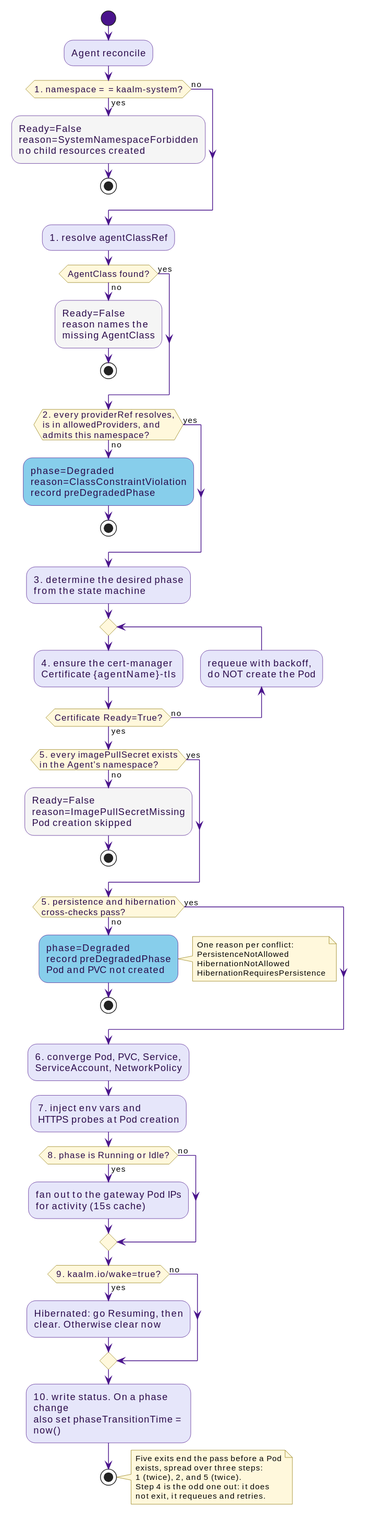
win07xp/kaalm keeps this PlantUML diagram as docs/src/diagrams/agent-reconcile-pass.svg. Above is the earlier version.
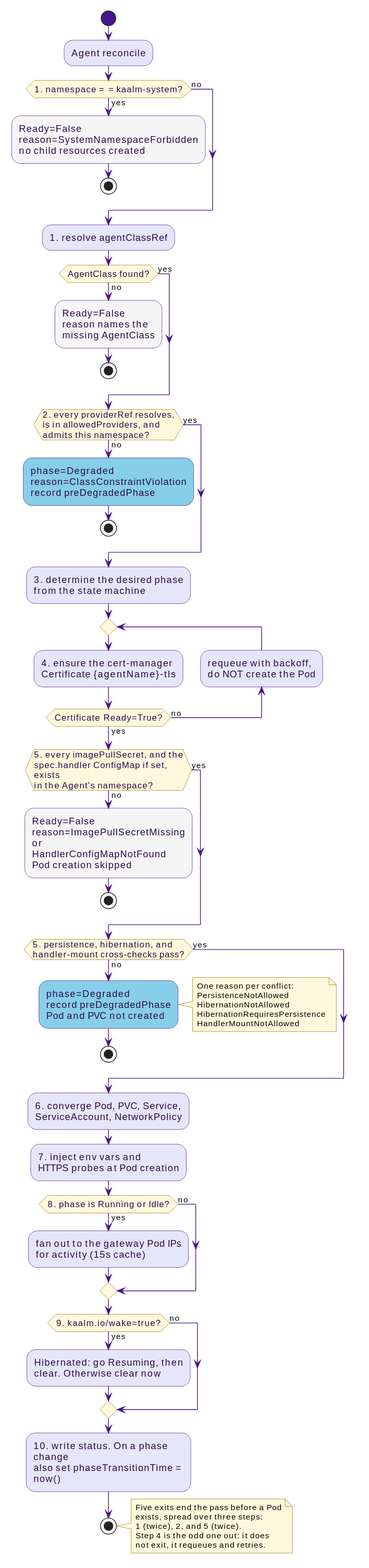
Later version of the same file.

What changed in the source:
```diff
@@ -36,15 +36,16 @@
 backward:requeue with backoff,\ndo NOT create the Pod;
 repeat while (Certificate Ready=True?) is (no) not (yes)
 
-if (5. every imagePullSecret exists\nin the Agent's namespace?) then (no)
+if (5. every imagePullSecret, and the\nspec.handler ConfigMap if set, exists\nin the Agent's namespace?) then (no)
   :Ready=False
-  reason=ImagePullSecretMissing
+  reason=ImagePullSecretMissing or
+  HandlerConfigMapNotFound
   Pod creation skipped;<<$mutedBg>>
   stop
 else (yes)
 endif
 
-if (5. persistence and hibernation\ncross-checks pass?) then (no)
+if (5. persistence, hibernation, and\nhandler-mount cross-checks pass?) then (no)
   :phase=Degraded
   record preDegradedPhase
   Pod and PVC not created;<<$ctrlBg>>
@@ -53,6 +54,7 @@
     PersistenceNotAllowed
     HibernationNotAllowed
     HibernationRequiresPersistence
+    HandlerMountNotAllowed
   end note
   stop
 else (yes)
```
